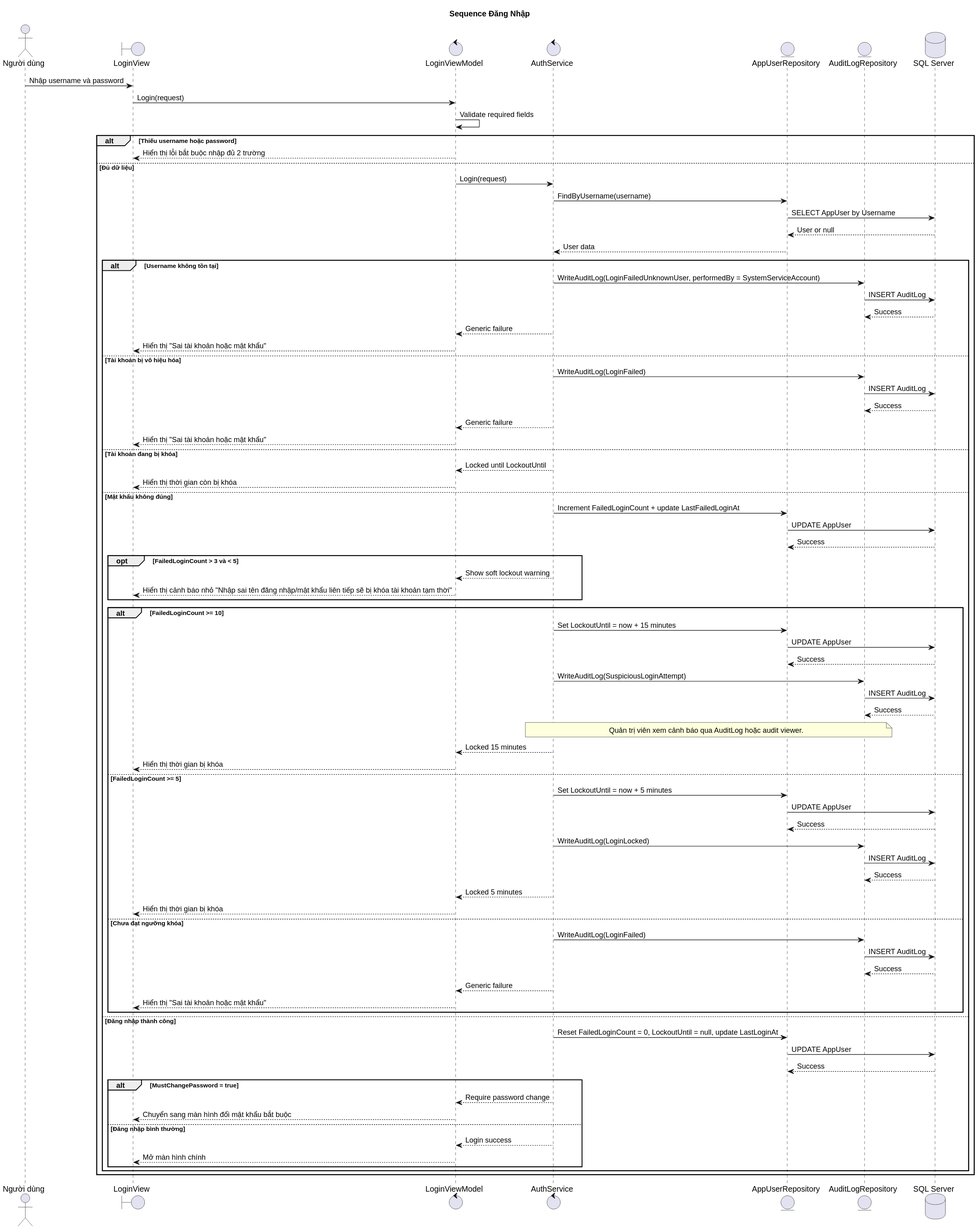
Earlier version of the PlantUML export Diagram/plantuml-svg/Sequence_DangNhap.svg (TheGiver262/WarePro). Its diagram source:
```plantuml
@startuml
title Sequence Đăng Nhập
actor "Người dùng" as User
boundary "LoginView" as UI
control "LoginViewModel" as VM
control "AuthService" as Auth
entity "AppUserRepository" as UserRepo
entity "AuditLogRepository" as AuditRepo
database "SQL Server" as DB

User -> UI : Nhập username và password
UI -> VM : Login(request)
VM -> VM : Validate required fields

alt Thiếu username hoặc password
  VM --> UI : Hiển thị lỗi bắt buộc nhập đủ 2 trường
else Đủ dữ liệu
  VM -> Auth : Login(request)
  Auth -> UserRepo : FindByUsername(username)
  UserRepo -> DB : SELECT AppUser by Username
  DB --> UserRepo : User or null
  UserRepo --> Auth : User data

  alt Username không tồn tại
    Auth -> AuditRepo : WriteAuditLog(LoginFailedUnknownUser, performedBy = SystemServiceAccount)
    AuditRepo -> DB : INSERT AuditLog
    DB --> AuditRepo : Success
    Auth --> VM : Generic failure
    VM --> UI : Hiển thị "Sai tài khoản hoặc mật khẩu"
  else Tài khoản bị vô hiệu hóa
    Auth -> AuditRepo : WriteAuditLog(LoginFailed)
    AuditRepo -> DB : INSERT AuditLog
    DB --> AuditRepo : Success
    Auth --> VM : Generic failure
    VM --> UI : Hiển thị "Sai tài khoản hoặc mật khẩu"
  else Tài khoản đang bị khóa
    Auth --> VM : Locked until LockoutUntil
    VM --> UI : Hiển thị thời gian còn bị khóa
  else Mật khẩu không đúng
    Auth -> UserRepo : Increment FailedLoginCount + update LastFailedLoginAt
    UserRepo -> DB : UPDATE AppUser
    DB --> UserRepo : Success

    opt FailedLoginCount > 3 và < 5
      Auth --> VM : Show soft lockout warning
      VM --> UI : Hiển thị cảnh báo nhỏ "Nhập sai tên đăng nhập/mật khẩu liên tiếp sẽ bị khóa tài khoản tạm thời"
    end

    alt FailedLoginCount >= 10
      Auth -> UserRepo : Set LockoutUntil = now + 15 minutes
      UserRepo -> DB : UPDATE AppUser
      DB --> UserRepo : Success
      Auth -> AuditRepo : WriteAuditLog(SuspiciousLoginAttempt)
      AuditRepo -> DB : INSERT AuditLog
      DB --> AuditRepo : Success
      note over Auth,AuditRepo
        Quản trị viên xem cảnh báo qua AuditLog hoặc audit viewer.
      end note
      Auth --> VM : Locked 15 minutes
      VM --> UI : Hiển thị thời gian bị khóa
    else FailedLoginCount >= 5
      Auth -> UserRepo : Set LockoutUntil = now + 5 minutes
      UserRepo -> DB : UPDATE AppUser
      DB --> UserRepo : Success
      Auth -> AuditRepo : WriteAuditLog(LoginLocked)
      AuditRepo -> DB : INSERT AuditLog
      DB --> AuditRepo : Success
      Auth --> VM : Locked 5 minutes
      VM --> UI : Hiển thị thời gian bị khóa
    else Chưa đạt ngưỡng khóa
      Auth -> AuditRepo : WriteAuditLog(LoginFailed)
      AuditRepo -> DB : INSERT AuditLog
      DB --> AuditRepo : Success
      Auth --> VM : Generic failure
      VM --> UI : Hiển thị "Sai tài khoản hoặc mật khẩu"
    end
  else Đăng nhập thành công
    Auth -> UserRepo : Reset FailedLoginCount = 0, LockoutUntil = null, update LastLoginAt
    UserRepo -> DB : UPDATE AppUser
    DB --> UserRepo : Success

    alt MustChangePassword = true
      Auth --> VM : Require password change
      VM --> UI : Chuyển sang màn hình đổi mật khẩu bắt buộc
    else Đăng nhập bình thường
      Auth --> VM : Login success
      VM --> UI : Mở màn hình chính
    end
  end
end
@enduml
```
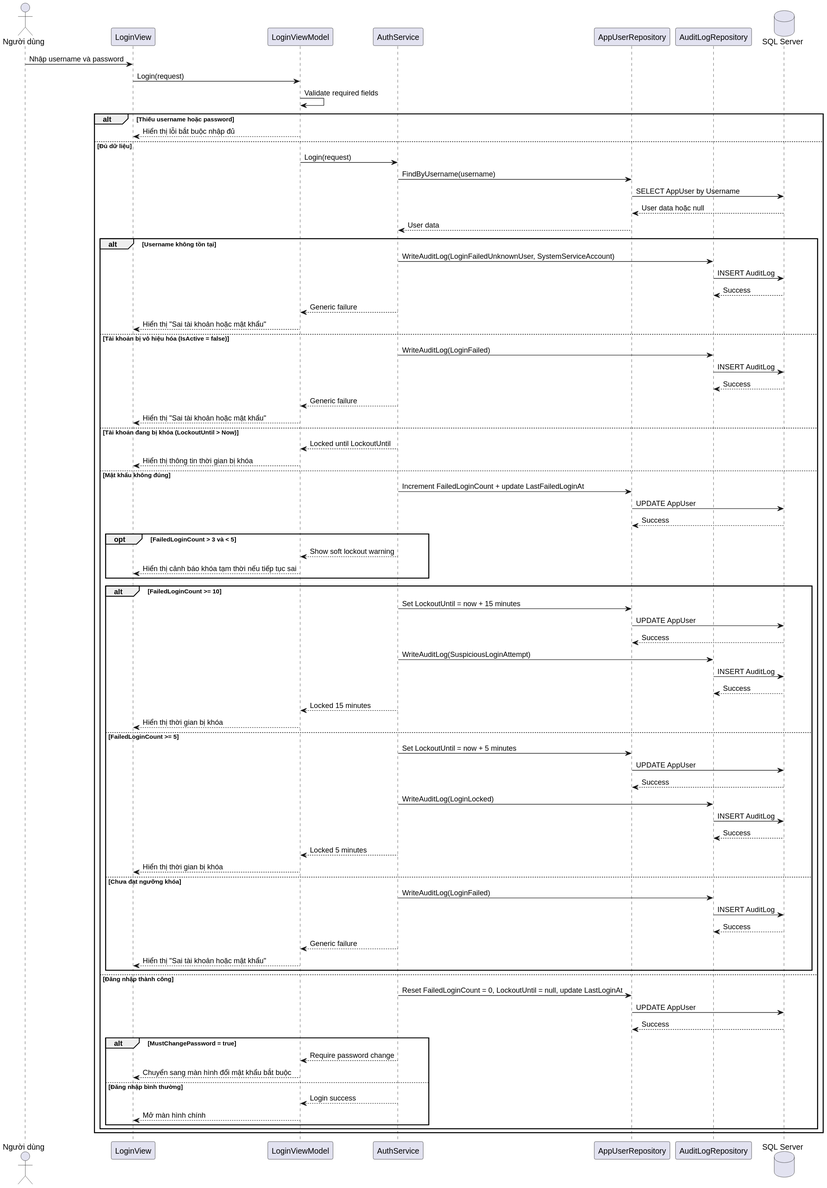
Above is the later version.

Diff of the diagram source:
```diff
@@ -1,91 +1,86 @@
 @startuml
-title Sequence Đăng Nhập
-actor "Người dùng" as User
-boundary "LoginView" as UI
-control "LoginViewModel" as VM
-control "AuthService" as Auth
-entity "AppUserRepository" as UserRepo
-entity "AuditLogRepository" as AuditRepo
-database "SQL Server" as DB
+actor User as "Người dùng"
+participant UI as "LoginView"
+participant VM as "LoginViewModel"
+participant Auth as "AuthService"
+participant UserRepo as "AppUserRepository"
+participant AuditRepo as "AuditLogRepository"
+database DB as "SQL Server"
 
 User -> UI : Nhập username và password
 UI -> VM : Login(request)
 VM -> VM : Validate required fields
+alt Thiếu username hoặc password
+    VM --> UI : Hiển thị lỗi bắt buộc nhập đủ
+else Đủ dữ liệu
+    VM -> Auth : Login(request)
+    Auth -> UserRepo : FindByUsername(username)
+    UserRepo -> DB : SELECT AppUser by Username
+    DB --> UserRepo : User data hoặc null
+    UserRepo --> Auth : User data
 
-alt Thiếu username hoặc password
-  VM --> UI : Hiển thị lỗi bắt buộc nhập đủ 2 trường
-else Đủ dữ liệu
-  VM -> Auth : Login(request)
-  Auth -> UserRepo : FindByUsername(username)
-  UserRepo -> DB : SELECT AppUser by Username
-  DB --> UserRepo : User or null
-  UserRepo --> Auth : User data
+    alt Username không tồn tại
+        Auth -> AuditRepo : WriteAuditLog(LoginFailedUnknownUser, SystemServiceAccount)
+        AuditRepo -> DB : INSERT AuditLog
+        DB --> AuditRepo : Success
+        Auth --> VM : Generic failure
+        VM --> UI : Hiển thị "Sai tài khoản hoặc mật khẩu"
+    else Tài khoản bị vô hiệu hóa (IsActive = false)
+        Auth -> AuditRepo : WriteAuditLog(LoginFailed)
+        AuditRepo -> DB : INSERT AuditLog
+        DB --> AuditRepo : Success
+        Auth --> VM : Generic failure
+        VM --> UI : Hiển thị "Sai tài khoản hoặc mật khẩu"
+    else Tài khoản đang bị khóa (LockoutUntil > Now)
+        Auth --> VM : Locked until LockoutUntil
+        VM --> UI : Hiển thị thông tin thời gian bị khóa
+    else Mật khẩu không đúng
+        Auth -> UserRepo : Increment FailedLoginCount + update LastFailedLoginAt
+        UserRepo -> DB : UPDATE AppUser
+        DB --> UserRepo : Success
 
-  alt Username không tồn tại
-    Auth -> AuditRepo : WriteAuditLog(LoginFailedUnknownUser, performedBy = SystemServiceAccount)
-    AuditRepo -> DB : INSERT AuditLog
-    DB --> AuditRepo : Success
-    Auth --> VM : Generic failure
-    VM --> UI : Hiển thị "Sai tài khoản hoặc mật khẩu"
-  else Tài khoản bị vô hiệu hóa
-    Auth -> AuditRepo : WriteAuditLog(LoginFailed)
-    AuditRepo -> DB : INSERT AuditLog
-    DB --> AuditRepo : Success
-    Auth --> VM : Generic failure
-    VM --> UI : Hiển thị "Sai tài khoản hoặc mật khẩu"
-  else Tài khoản đang bị khóa
-    Auth --> VM : Locked until LockoutUntil
-    VM --> UI : Hiển thị thời gian còn bị khóa
-  else Mật khẩu không đúng
-    Auth -> UserRepo : Increment FailedLoginCount + update LastFailedLoginAt
-    UserRepo -> DB : UPDATE AppUser
-    DB --> UserRepo : Success
+        opt FailedLoginCount > 3 và < 5
+            Auth --> VM : Show soft lockout warning
+            VM --> UI : Hiển thị cảnh báo khóa tạm thời nếu tiếp tục sai
+        end
 
-    opt FailedLoginCount > 3 và < 5
-      Auth --> VM : Show soft lockout warning
-      VM --> UI : Hiển thị cảnh báo nhỏ "Nhập sai tên đăng nhập/mật khẩu liên tiếp sẽ bị khóa tài khoản tạm thời"
+        alt FailedLoginCount >= 10
+            Auth -> UserRepo : Set LockoutUntil = now + 15 minutes
+            UserRepo -> DB : UPDATE AppUser
+            DB --> UserRepo : Success
+            Auth -> AuditRepo : WriteAuditLog(SuspiciousLoginAttempt)
+            AuditRepo -> DB : INSERT AuditLog
+            DB --> AuditRepo : Success
+            Auth --> VM : Locked 15 minutes
+            VM --> UI : Hiển thị thời gian bị khóa
+        else FailedLoginCount >= 5
+            Auth -> UserRepo : Set LockoutUntil = now + 5 minutes
+            UserRepo -> DB : UPDATE AppUser
+            DB --> UserRepo : Success
+            Auth -> AuditRepo : WriteAuditLog(LoginLocked)
+            AuditRepo -> DB : INSERT AuditLog
+            DB --> AuditRepo : Success
+            Auth --> VM : Locked 5 minutes
+            VM --> UI : Hiển thị thời gian bị khóa
+        else Chưa đạt ngưỡng khóa
+            Auth -> AuditRepo : WriteAuditLog(LoginFailed)
+            AuditRepo -> DB : INSERT AuditLog
+            DB --> AuditRepo : Success
+            Auth --> VM : Generic failure
+            VM --> UI : Hiển thị "Sai tài khoản hoặc mật khẩu"
+        end
+    else Đăng nhập thành công
+        Auth -> UserRepo : Reset FailedLoginCount = 0, LockoutUntil = null, update LastLoginAt
+        UserRepo -> DB : UPDATE AppUser
+        DB --> UserRepo : Success
+
+        alt MustChangePassword = true
+            Auth --> VM : Require password change
+            VM --> UI : Chuyển sang màn hình đổi mật khẩu bắt buộc
+        else Đăng nhập bình thường
+            Auth --> VM : Login success
+            VM --> UI : Mở màn hình chính
+        end
     end
-
-    alt FailedLoginCount >= 10
-      Auth -> UserRepo : Set LockoutUntil = now + 15 minutes
-      UserRepo -> DB : UPDATE AppUser
-      DB --> UserRepo : Success
-      Auth -> AuditRepo : WriteAuditLog(SuspiciousLoginAttempt)
-      AuditRepo -> DB : INSERT AuditLog
-      DB --> AuditRepo : Success
-      note over Auth,AuditRepo
-        Quản trị viên xem cảnh báo qua AuditLog hoặc audit viewer.
-      end note
-      Auth --> VM : Locked 15 minutes
-      VM --> UI : Hiển thị thời gian bị khóa
-    else FailedLoginCount >= 5
-      Auth -> UserRepo : Set LockoutUntil = now + 5 minutes
-      UserRepo -> DB : UPDATE AppUser
-      DB --> UserRepo : Success
-      Auth -> AuditRepo : WriteAuditLog(LoginLocked)
-      AuditRepo -> DB : INSERT AuditLog
-      DB --> AuditRepo : Success
-      Auth --> VM : Locked 5 minutes
-      VM --> UI : Hiển thị thời gian bị khóa
-    else Chưa đạt ngưỡng khóa
-      Auth -> AuditRepo : WriteAuditLog(LoginFailed)
-      AuditRepo -> DB : INSERT AuditLog
-      DB --> AuditRepo : Success
-      Auth --> VM : Generic failure
-      VM --> UI : Hiển thị "Sai tài khoản hoặc mật khẩu"
-    end
-  else Đăng nhập thành công
-    Auth -> UserRepo : Reset FailedLoginCount = 0, LockoutUntil = null, update LastLoginAt
-    UserRepo -> DB : UPDATE AppUser
-    DB --> UserRepo : Success
-
-    alt MustChangePassword = true
-      Auth --> VM : Require password change
-      VM --> UI : Chuyển sang màn hình đổi mật khẩu bắt buộc
-    else Đăng nhập bình thường
-      Auth --> VM : Login success
-      VM --> UI : Mở màn hình chính
-    end
-  end
 end
 @enduml
```
